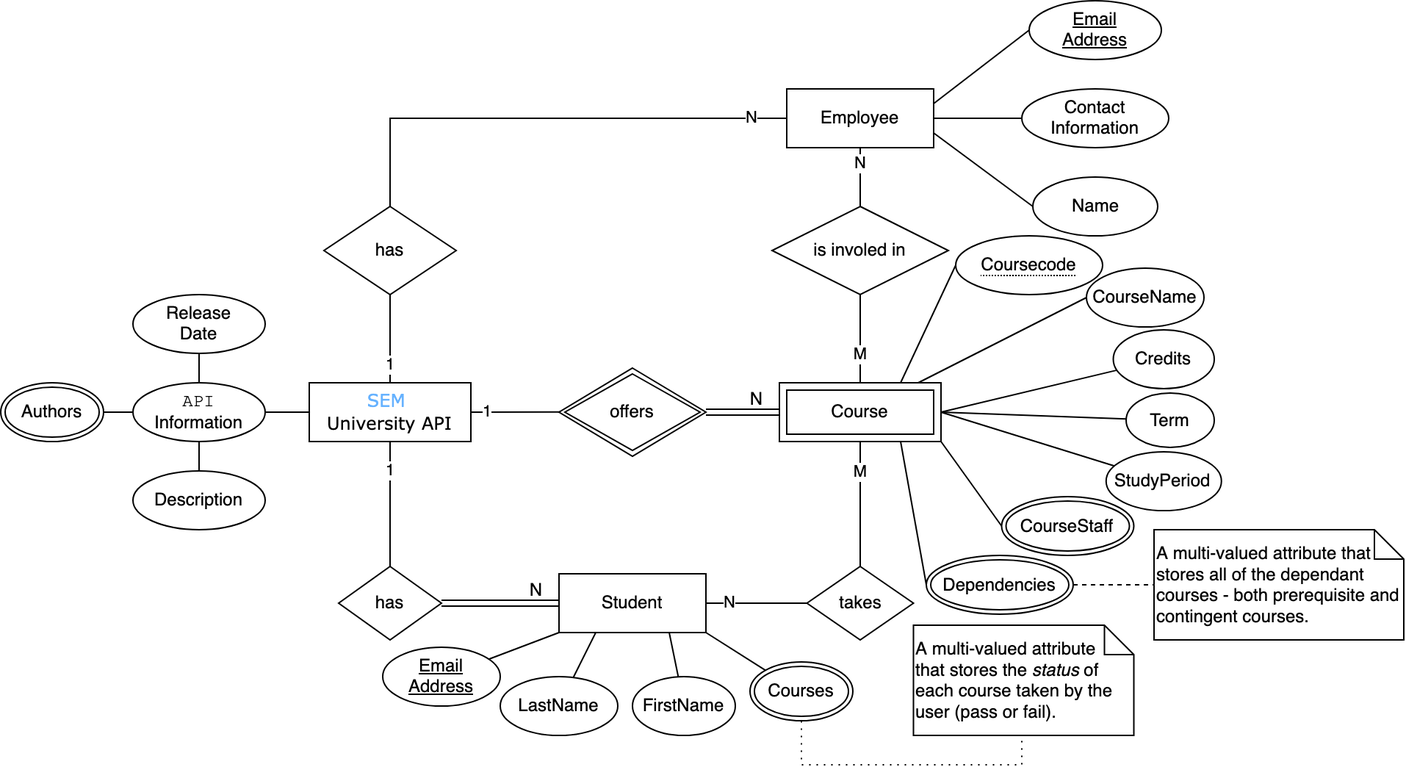
michalspano/SEManager keeps this draw.io diagram as images/er_diagram.png. Above is the earlier version. Source tidied: cells renumbered, new cells last; positions are measured from the earlier drawing's top-left corner, leaving out a move shared by most shapes.
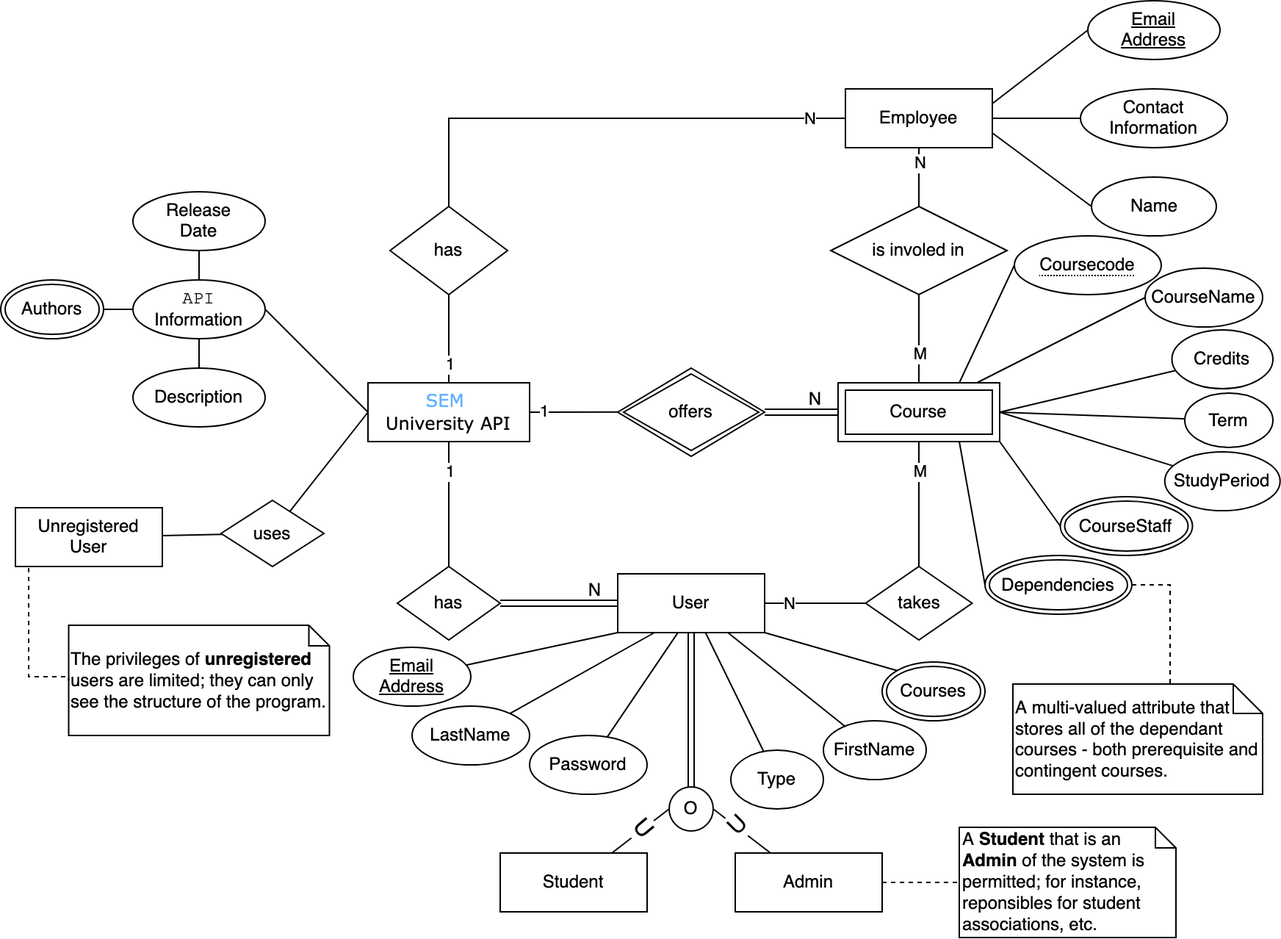
The same diagram one commit later.

Commit message:
#13 Update `ERR` Diagram

The E(E)R Diagram is updated to reflected the latest changes.

Change to the diagram source:
```diff
@@ -50,7 +50,7 @@
         <mxPoint x="4" y="-2" as="offset" />
       </mxGeometry>
     </mxCell>
-    <mxCell id="16" value="Student" style="whiteSpace=wrap;html=1;align=center;fillColor=none;" parent="1" vertex="1">
+    <mxCell id="16" value="User" style="whiteSpace=wrap;html=1;align=center;fillColor=none;" parent="1" vertex="1">
       <mxGeometry x="380" y="390" width="100" height="40" as="geometry" />
     </mxCell>
     <mxCell id="17" style="rounded=0;jettySize=auto;html=1;entryX=0.5;entryY=1;entryDx=0;entryDy=0;endArrow=none;endFill=0;" parent="1" edge="1" source="19" target="12">
@@ -84,11 +84,11 @@
     <mxCell id="25" value="CourseName" style="ellipse;whiteSpace=wrap;html=1;align=center;" parent="1" vertex="1">
       <mxGeometry x="739" y="182" width="80" height="40" as="geometry" />
     </mxCell>
-    <mxCell id="26" style="rounded=0;jettySize=auto;html=1;endArrow=none;endFill=0;entryX=0;entryY=0.5;entryDx=0;entryDy=0;" parent="1" edge="1" source="27" target="8">
+    <mxCell id="26" style="rounded=0;jettySize=auto;html=1;endArrow=none;endFill=0;entryX=0;entryY=0.5;entryDx=0;entryDy=0;exitX=1;exitY=0.5;exitDx=0;exitDy=0;" parent="1" edge="1" source="27" target="8">
       <mxGeometry relative="1" as="geometry" />
     </mxCell>
     <mxCell id="27" value="&lt;div&gt;&lt;font face=&quot;Courier New&quot;&gt;API&lt;/font&gt;&lt;/div&gt;&lt;div&gt;Information&lt;br&gt;&lt;/div&gt;" style="ellipse;whiteSpace=wrap;html=1;align=center;" parent="1" vertex="1">
-      <mxGeometry x="90" y="260" width="90" height="40" as="geometry" />
+      <mxGeometry x="50" y="190" width="90" height="40" as="geometry" />
     </mxCell>
     <mxCell id="28" value="CourseStaff" style="ellipse;shape=doubleEllipse;margin=3;whiteSpace=wrap;html=1;align=center;" parent="1" vertex="1">
       <mxGeometry x="681.2" y="337.5" width="90" height="40" as="geometry" />
@@ -97,25 +97,25 @@
       <mxGeometry relative="1" as="geometry" />
     </mxCell>
     <mxCell id="30" value="&lt;div&gt;Email&lt;/div&gt;&lt;div&gt;Address&lt;/div&gt;" style="ellipse;whiteSpace=wrap;html=1;align=center;fontStyle=4;" parent="1" vertex="1">
-      <mxGeometry x="260" y="440" width="80" height="40" as="geometry" />
+      <mxGeometry x="200" y="440" width="80" height="40" as="geometry" />
     </mxCell>
     <mxCell id="31" style="rounded=0;jettySize=auto;html=1;endArrow=none;endFill=0;entryX=0.75;entryY=1;entryDx=0;entryDy=0;" parent="1" edge="1" source="32" target="16">
       <mxGeometry relative="1" as="geometry" />
     </mxCell>
     <mxCell id="32" value="FirstName" style="ellipse;whiteSpace=wrap;html=1;align=center;" parent="1" vertex="1">
-      <mxGeometry x="430" y="460" width="70" height="40" as="geometry" />
+      <mxGeometry x="520" y="490" width="70" height="40" as="geometry" />
     </mxCell>
     <mxCell id="33" style="rounded=0;jettySize=auto;html=1;endArrow=none;endFill=0;entryX=0.25;entryY=1;entryDx=0;entryDy=0;" parent="1" edge="1" source="34" target="16">
       <mxGeometry relative="1" as="geometry" />
     </mxCell>
     <mxCell id="34" value="LastName" style="ellipse;whiteSpace=wrap;html=1;align=center;" parent="1" vertex="1">
-      <mxGeometry x="340" y="460" width="80" height="40" as="geometry" />
+      <mxGeometry x="240" y="480" width="80" height="40" as="geometry" />
     </mxCell>
     <mxCell id="35" style="rounded=0;jettySize=auto;html=1;entryX=1;entryY=1;entryDx=0;entryDy=0;endArrow=none;endFill=0;exitX=0;exitY=0;exitDx=0;exitDy=0;" parent="1" edge="1" source="36" target="16">
       <mxGeometry relative="1" as="geometry" />
     </mxCell>
     <mxCell id="36" value="Courses" style="ellipse;shape=doubleEllipse;margin=3;whiteSpace=wrap;html=1;align=center;" parent="1" vertex="1">
-      <mxGeometry x="510" y="450" width="70" height="40" as="geometry" />
+      <mxGeometry x="560" y="450" width="70" height="40" as="geometry" />
     </mxCell>
     <mxCell id="37" style="shape=link;html=1;rounded=0;entryX=0;entryY=0.5;entryDx=0;entryDy=0;exitX=1;exitY=0.5;exitDx=0;exitDy=0;" parent="1" edge="1" source="20" target="16">
       <mxGeometry relative="1" as="geometry" />
@@ -131,17 +131,6 @@
         <mxPoint x="180" y="435" as="targetPoint" />
       </mxGeometry>
     </mxCell>
-    <mxCell id="40" style="rounded=0;jettySize=auto;html=1;entryX=0.5;entryY=1;entryDx=0;entryDy=0;endArrow=none;endFill=0;exitX=0.5;exitY=1;exitDx=0;exitDy=0;exitPerimeter=0;dashed=1;dashPattern=1 4;edgeStyle=orthogonalEdgeStyle;" parent="1" edge="1" source="41" target="36">
-      <mxGeometry relative="1" as="geometry">
-        <Array as="points">
-          <mxPoint x="695" y="520" />
-          <mxPoint x="545" y="520" />
-        </Array>
-      </mxGeometry>
-    </mxCell>
-    <mxCell id="41" value="&lt;div&gt;A multi-valued attribute&amp;nbsp;&lt;/div&gt;&lt;div&gt;that stores the &lt;i&gt;status&lt;/i&gt; of each course taken by the user (pass or fail).&lt;/div&gt;" style="shape=note;size=20;whiteSpace=wrap;html=1;fillColor=none;align=left;" parent="1" vertex="1">
-      <mxGeometry x="621.2" y="425" width="150" height="75" as="geometry" />
-    </mxCell>
     <mxCell id="42" style="rounded=0;jettySize=auto;html=1;exitX=1;exitY=0.5;exitDx=0;exitDy=0;entryX=0;entryY=0.5;entryDx=0;entryDy=0;endArrow=none;endFill=0;" parent="1" edge="1" source="47" target="49">
       <mxGeometry relative="1" as="geometry" />
     </mxCell>
@@ -177,7 +166,7 @@
       </mxGeometry>
     </mxCell>
     <mxCell id="52" value="has" style="shape=rhombus;perimeter=rhombusPerimeter;whiteSpace=wrap;html=1;align=center;" parent="1" vertex="1">
-      <mxGeometry x="220" y="140" width="90" height="60" as="geometry" />
+      <mxGeometry x="225" y="140" width="80" height="60" as="geometry" />
     </mxCell>
     <mxCell id="53" style="rounded=0;jettySize=auto;html=1;exitX=0.5;exitY=1;exitDx=0;exitDy=0;entryX=0.5;entryY=0;entryDx=0;entryDy=0;endArrow=none;endFill=0;" parent="1" edge="1" source="55" target="12">
       <mxGeometry relative="1" as="geometry" />
@@ -190,14 +179,18 @@
     <mxCell id="55" value="is involed in" style="shape=rhombus;perimeter=rhombusPerimeter;whiteSpace=wrap;html=1;align=center;" parent="1" vertex="1">
       <mxGeometry x="525" y="140" width="120" height="60" as="geometry" />
     </mxCell>
-    <mxCell id="56" style="edgeStyle=orthogonalEdgeStyle;rounded=0;jettySize=auto;html=1;exitX=1;exitY=0.5;exitDx=0;exitDy=0;entryX=0;entryY=0.5;entryDx=0;entryDy=0;entryPerimeter=0;dashed=1;endArrow=none;endFill=0;" parent="1" edge="1" source="57" target="58">
-      <mxGeometry relative="1" as="geometry" />
+    <mxCell id="56" style="edgeStyle=orthogonalEdgeStyle;rounded=0;jettySize=auto;html=1;exitX=1;exitY=0.5;exitDx=0;exitDy=0;entryX=0;entryY=0;entryDx=75;entryDy=0;entryPerimeter=0;dashed=1;endArrow=none;endFill=0;" parent="1" edge="1" source="57" target="58">
+      <mxGeometry relative="1" as="geometry">
+        <Array as="points">
+          <mxPoint x="756" y="398" />
+        </Array>
+      </mxGeometry>
     </mxCell>
     <mxCell id="57" value="Dependencies" style="ellipse;shape=doubleEllipse;margin=3;whiteSpace=wrap;html=1;align=center;" parent="1" vertex="1">
       <mxGeometry x="630" y="377.5" width="100" height="40" as="geometry" />
     </mxCell>
     <mxCell id="58" value="A multi-valued attribute that stores all of the dependant courses - both prerequisite and contingent courses." style="shape=note;size=20;whiteSpace=wrap;html=1;fillColor=none;align=left;" parent="1" vertex="1">
-      <mxGeometry x="785" y="360" width="170" height="75" as="geometry" />
+      <mxGeometry x="649" y="465" width="170" height="75" as="geometry" />
     </mxCell>
     <mxCell id="59" value="Name" style="ellipse;whiteSpace=wrap;html=1;align=center;" parent="1" vertex="1">
       <mxGeometry x="702.5" y="120" width="85" height="40" as="geometry" />
@@ -206,19 +199,19 @@
       <mxGeometry relative="1" as="geometry" />
     </mxCell>
     <mxCell id="61" value="&lt;div&gt;Release&lt;/div&gt;&lt;div&gt;Date&lt;br&gt;&lt;/div&gt;" style="ellipse;whiteSpace=wrap;html=1;align=center;" parent="1" vertex="1">
-      <mxGeometry x="90" y="200" width="90" height="40" as="geometry" />
+      <mxGeometry x="50" y="130" width="90" height="40" as="geometry" />
     </mxCell>
     <mxCell id="62" style="rounded=0;jettySize=auto;html=1;entryX=0.5;entryY=1;entryDx=0;entryDy=0;endArrow=none;endFill=0;" parent="1" edge="1" source="63" target="27">
       <mxGeometry relative="1" as="geometry" />
     </mxCell>
     <mxCell id="63" value="Description" style="ellipse;whiteSpace=wrap;html=1;align=center;" parent="1" vertex="1">
-      <mxGeometry x="90" y="320" width="90" height="40" as="geometry" />
+      <mxGeometry x="50" y="250" width="90" height="40" as="geometry" />
     </mxCell>
     <mxCell id="64" style="rounded=0;jettySize=auto;html=1;endArrow=none;endFill=0;" parent="1" edge="1" source="65" target="27">
       <mxGeometry relative="1" as="geometry" />
     </mxCell>
     <mxCell id="65" value="Authors" style="ellipse;shape=doubleEllipse;margin=3;whiteSpace=wrap;html=1;align=center;" parent="1" vertex="1">
-      <mxGeometry y="260" width="70" height="40" as="geometry" />
+      <mxGeometry x="-40" y="190" width="70" height="40" as="geometry" />
     </mxCell>
     <mxCell id="66" style="rounded=0;jettySize=auto;html=1;entryX=1;entryY=0.5;entryDx=0;entryDy=0;endArrow=none;endFill=0;" parent="1" edge="1" source="67" target="12">
       <mxGeometry relative="1" as="geometry" />
@@ -238,5 +231,79 @@
     <mxCell id="71" value="Term" style="ellipse;whiteSpace=wrap;html=1;align=center;" parent="1" vertex="1">
       <mxGeometry x="766" y="267" width="60" height="37" as="geometry" />
     </mxCell>
+    <mxCell id="72" style="rounded=0;jettySize=auto;html=1;entryX=0.411;entryY=0.996;entryDx=0;entryDy=0;endArrow=none;endFill=0;entryPerimeter=0;" parent="1" edge="1" source="73" target="16">
+      <mxGeometry relative="1" as="geometry" />
+    </mxCell>
+    <mxCell id="73" value="Password" style="ellipse;whiteSpace=wrap;html=1;align=center;" parent="1" vertex="1">
+      <mxGeometry x="320" y="500" width="80" height="40" as="geometry" />
+    </mxCell>
+    <mxCell id="74" style="rounded=0;jettySize=auto;html=1;endArrow=none;endFill=0;" parent="1" edge="1" source="75" target="16">
+      <mxGeometry relative="1" as="geometry" />
+    </mxCell>
+    <mxCell id="75" value="Type" style="ellipse;whiteSpace=wrap;html=1;align=center;" parent="1" vertex="1">
+      <mxGeometry x="457" y="510" width="63" height="40" as="geometry" />
+    </mxCell>
+    <mxCell id="76" style="rounded=0;jettySize=auto;html=1;endArrow=none;endFill=0;exitX=1;exitY=0.5;exitDx=0;exitDy=0;" parent="1" edge="1" source="78" target="84">
+      <mxGeometry relative="1" as="geometry" />
+    </mxCell>
+    <mxCell id="77" value="&lt;font style=&quot;font-size: 16px;&quot;&gt;U&lt;/font&gt;" style="edgeLabel;html=1;align=center;verticalAlign=middle;rotation=-45;" parent="76" vertex="1">
+      <mxGeometry x="-0.18" relative="1" as="geometry" />
+    </mxCell>
+    <mxCell id="78" value="O" style="ellipse;whiteSpace=wrap;html=1;" parent="1" vertex="1">
+      <mxGeometry x="415" y="535" width="30" height="30" as="geometry" />
+    </mxCell>
+    <mxCell id="79" style="shape=link;html=1;rounded=0;entryX=0.5;entryY=0;entryDx=0;entryDy=0;exitX=0.5;exitY=1;exitDx=0;exitDy=0;" parent="1" edge="1" source="16" target="78">
+      <mxGeometry relative="1" as="geometry" />
+    </mxCell>
+    <mxCell id="80" style="html=1;whiteSpace=wrap;align=right;verticalAlign=bottom;" parent="79" vertex="1">
+      <mxGeometry x="1" relative="1" as="geometry" />
+    </mxCell>
+    <mxCell id="81" style="rounded=0;jettySize=auto;html=1;entryX=0;entryY=0.5;entryDx=0;entryDy=0;endArrow=none;endFill=0;" parent="1" edge="1" source="83" target="78">
+      <mxGeometry relative="1" as="geometry" />
+    </mxCell>
+    <mxCell id="82" value="&lt;font style=&quot;font-size: 16px;&quot;&gt;U&lt;/font&gt;" style="edgeLabel;html=1;align=center;verticalAlign=middle;rotation=50;" parent="81" vertex="1">
+      <mxGeometry x="0.1" y="1" relative="1" as="geometry" />
+    </mxCell>
+    <mxCell id="83" value="Student" style="whiteSpace=wrap;html=1;align=center;fillColor=none;" parent="1" vertex="1">
+      <mxGeometry x="300" y="580" width="100" height="40" as="geometry" />
+    </mxCell>
+    <mxCell id="84" value="&lt;div&gt;Admin&lt;/div&gt;" style="whiteSpace=wrap;html=1;align=center;fillColor=none;" parent="1" vertex="1">
+      <mxGeometry x="460" y="580" width="100" height="40" as="geometry" />
+    </mxCell>
+    <mxCell id="85" value="A &lt;b&gt;Student&lt;/b&gt; that is an &lt;b&gt;Admin&lt;/b&gt; of the system is permitted; for instance, reponsibles for student associations, etc." style="shape=note;size=14;whiteSpace=wrap;html=1;fillColor=none;align=left;" parent="1" vertex="1">
+      <mxGeometry x="612.5" y="562.5" width="147.5" height="75" as="geometry" />
+    </mxCell>
+    <mxCell id="86" style="edgeStyle=orthogonalEdgeStyle;rounded=0;jettySize=auto;html=1;exitX=1;exitY=0.5;exitDx=0;exitDy=0;entryX=0;entryY=0.5;entryDx=0;entryDy=0;entryPerimeter=0;dashed=1;endArrow=none;endFill=0;" parent="1" edge="1" source="84" target="85">
+      <mxGeometry relative="1" as="geometry">
+        <Array as="points">
+          <mxPoint x="580" y="600" />
+          <mxPoint x="580" y="600" />
+        </Array>
+      </mxGeometry>
+    </mxCell>
+    <mxCell id="87" value="&lt;div&gt;Unregistered&lt;/div&gt;&lt;div&gt;User&lt;br&gt;&lt;/div&gt;" style="whiteSpace=wrap;html=1;align=center;fillColor=none;" parent="1" vertex="1">
+      <mxGeometry x="-30" y="345" width="100" height="40" as="geometry" />
+    </mxCell>
+    <mxCell id="88" style="rounded=0;jettySize=auto;html=1;entryX=0;entryY=0.5;entryDx=0;entryDy=0;endArrow=none;endFill=0;" parent="1" edge="1" source="90" target="8">
+      <mxGeometry relative="1" as="geometry" />
+    </mxCell>
+    <mxCell id="89" style="rounded=0;jettySize=auto;html=1;endArrow=none;endFill=0;" parent="1" edge="1" source="90" target="87">
+      <mxGeometry relative="1" as="geometry" />
+    </mxCell>
+    <mxCell id="90" value="uses" style="shape=rhombus;perimeter=rhombusPerimeter;whiteSpace=wrap;html=1;align=center;" parent="1" vertex="1">
+      <mxGeometry x="110" y="340" width="70" height="45" as="geometry" />
+    </mxCell>
+    <mxCell id="91" value="The privileges of &lt;b&gt;unregistered&lt;/b&gt; users are limited; they can only see the structure of the program." style="shape=note;size=14;whiteSpace=wrap;html=1;fillColor=none;align=left;" parent="1" vertex="1">
+      <mxGeometry x="6.2" y="425" width="177.5" height="75" as="geometry" />
+    </mxCell>
+    <mxCell id="92" style="edgeStyle=orthogonalEdgeStyle;rounded=0;jettySize=auto;html=1;entryX=0;entryY=0.5;entryDx=0;entryDy=0;entryPerimeter=0;dashed=1;endArrow=none;endFill=0;exitX=0.5;exitY=1;exitDx=0;exitDy=0;" parent="1" edge="1" source="87" target="91">
+      <mxGeometry relative="1" as="geometry">
+        <Array as="points">
+          <mxPoint x="-21" y="385" />
+          <mxPoint x="-21" y="460" />
+          <mxPoint x="6" y="460" />
+        </Array>
+      </mxGeometry>
+    </mxCell>
   </root>
 </mxGraphModel>
```
